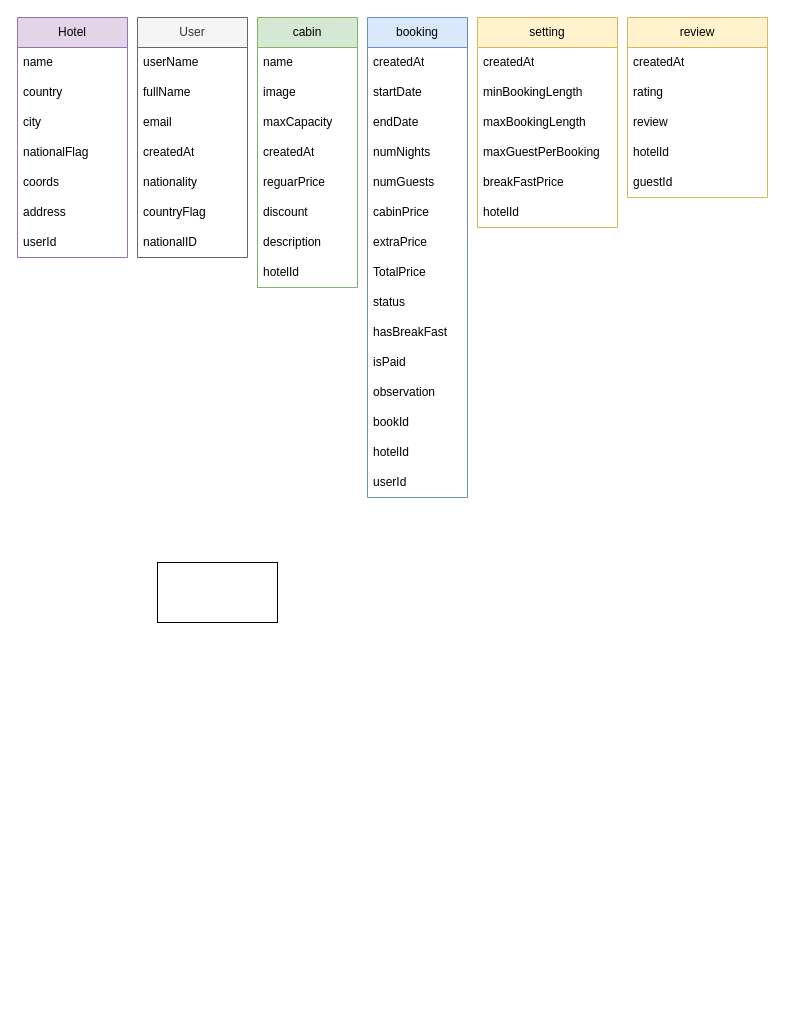
Above: database model/booking-back-end_model.drawio in natnaelAbebaw/Roomy-backend (draw.io), before the change. Source tidied: cells renumbered, new cells numbered last; positions are measured from the earlier drawing's top-left corner, leaving out a move shared by most shapes. Both pictures are drawn from the tidied source at 100%, with x=0, y=0 at pixel (17, 17).
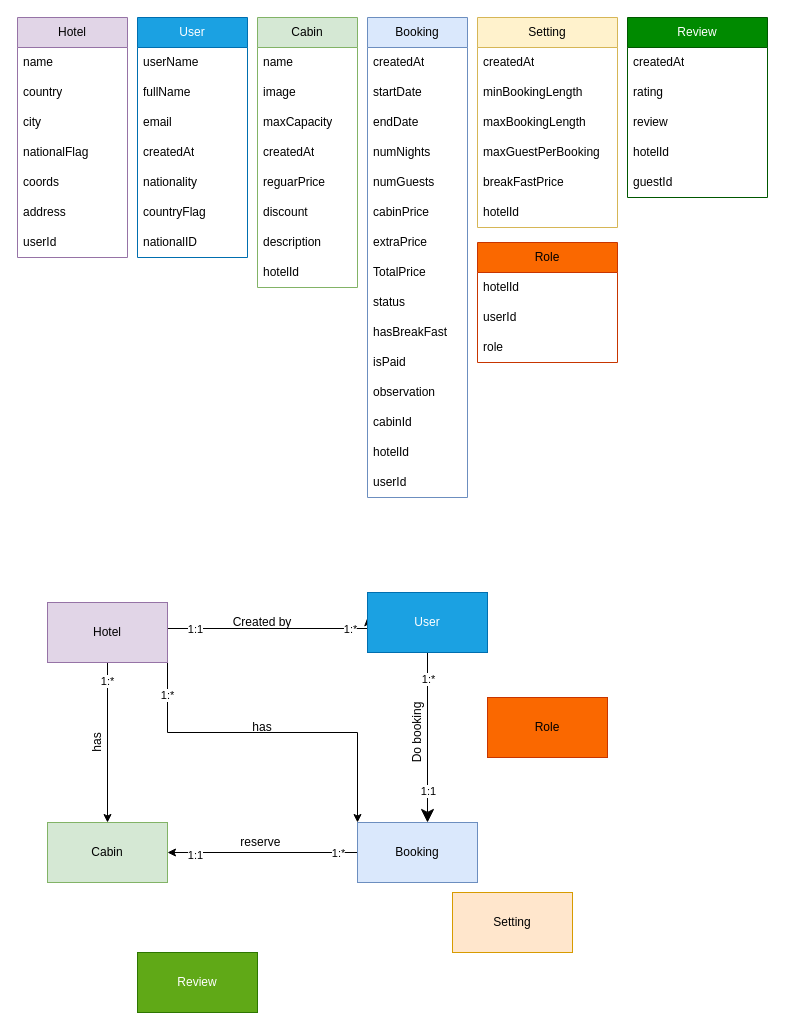
The same page after the edit.

What changed in the source:
```diff
@@
-    <mxCell id="10" value="User" style="swimlane;fontStyle=0;horizontal=1;startSize=30;whiteSpace=wrap;html=1;fillColor=#f5f5f5;fontColor=#333333;strokeColor=#666666;" parent="1" vertex="1">
+    <mxCell id="10" value="User" style="swimlane;fontStyle=0;horizontal=1;startSize=30;whiteSpace=wrap;html=1;fillColor=#1ba1e2;fontColor=#ffffff;strokeColor=#006EAF;" parent="1" vertex="1">
       <mxGeometry x="120" width="110" height="240" as="geometry" />
     </mxCell>
@@
-    <mxCell id="18" value="cabin" style="swimlane;fontStyle=0;horizontal=1;startSize=30;whiteSpace=wrap;html=1;fillColor=#d5e8d4;strokeColor=#82b366;" parent="1" vertex="1">
+    <mxCell id="18" value="Cabin" style="swimlane;fontStyle=0;horizontal=1;startSize=30;whiteSpace=wrap;html=1;fillColor=#d5e8d4;strokeColor=#82b366;" parent="1" vertex="1">
       <mxGeometry x="240" width="100" height="270" as="geometry" />
     </mxCell>
@@
-    <mxCell id="27" value="booking" style="swimlane;fontStyle=0;horizontal=1;startSize=30;whiteSpace=wrap;html=1;fillColor=#dae8fc;strokeColor=#6c8ebf;" parent="1" vertex="1">
+    <mxCell id="27" value="Booking" style="swimlane;fontStyle=0;horizontal=1;startSize=30;whiteSpace=wrap;html=1;fillColor=#dae8fc;strokeColor=#6c8ebf;" parent="1" vertex="1">
       <mxGeometry x="350" width="100" height="480" as="geometry" />
     </mxCell>
@@
-    <mxCell id="40" value="bookId" style="text;strokeColor=none;fillColor=none;align=left;verticalAlign=middle;spacingLeft=4;spacingRight=4;overflow=hidden;whiteSpace=wrap;html=1;" parent="27" vertex="1">
+    <mxCell id="40" value="cabinId" style="text;strokeColor=none;fillColor=none;align=left;verticalAlign=middle;spacingLeft=4;spacingRight=4;overflow=hidden;whiteSpace=wrap;html=1;" parent="27" vertex="1">
       <mxGeometry y="390" width="100" height="30" as="geometry" />
     </mxCell>
@@
-    <mxCell id="43" value="setting" style="swimlane;fontStyle=0;horizontal=1;startSize=30;whiteSpace=wrap;html=1;fillColor=#fff2cc;strokeColor=#d6b656;" parent="1" vertex="1">
+    <mxCell id="43" value="Setting" style="swimlane;fontStyle=0;horizontal=1;startSize=30;whiteSpace=wrap;html=1;fillColor=#fff2cc;strokeColor=#d6b656;" parent="1" vertex="1">
       <mxGeometry x="460" width="140" height="210" as="geometry" />
     </mxCell>
@@
-    <mxCell id="50" value="review" style="swimlane;fontStyle=0;horizontal=1;startSize=30;whiteSpace=wrap;html=1;fillColor=#fff2cc;strokeColor=#d6b656;" parent="1" vertex="1">
+    <mxCell id="50" value="Review" style="swimlane;fontStyle=0;horizontal=1;startSize=30;whiteSpace=wrap;html=1;fillColor=#008a00;strokeColor=#005700;fontColor=#ffffff;" parent="1" vertex="1">
       <mxGeometry x="610" width="140" height="180" as="geometry" />
     </mxCell>
@@
+    <mxCell id="57" style="edgeStyle=orthogonalEdgeStyle;rounded=0;orthogonalLoop=1;jettySize=auto;html=1;entryX=0;entryY=0.5;entryDx=0;entryDy=0;" parent="1" edge="1">
+      <mxGeometry relative="1" as="geometry">
+        <mxPoint x="150" y="610" as="sourcePoint" />
+        <mxPoint x="350" y="600" as="targetPoint" />
+        <Array as="points">
+          <mxPoint x="150" y="611" />
+          <mxPoint x="351" y="611" />
+        </Array>
+      </mxGeometry>
+    </mxCell>
+    <mxCell id="58" value="1:1" style="edgeLabel;html=1;align=center;verticalAlign=middle;" parent="57" vertex="1">
+      <mxGeometry x="-0.74" y="-2" relative="1" as="geometry">
+        <mxPoint y="-2" as="offset" />
+      </mxGeometry>
+    </mxCell>
+    <mxCell id="59" value="1:*" style="edgeLabel;html=1;align=center;verticalAlign=middle;" parent="57" vertex="1">
+      <mxGeometry x="0.72" y="-3" relative="1" as="geometry">
+        <mxPoint y="-3" as="offset" />
+      </mxGeometry>
+    </mxCell>
+    <mxCell id="60" style="edgeStyle=orthogonalEdgeStyle;rounded=0;jettySize=auto;html=1;entryX=0.5;entryY=0;entryDx=0;entryDy=0;" parent="1" edge="1" source="56" target="68">
+      <mxGeometry relative="1" as="geometry" />
+    </mxCell>
+    <mxCell id="61" value="1:*" style="edgeLabel;html=1;align=center;verticalAlign=middle;" parent="60" vertex="1">
+      <mxGeometry x="-0.78" y="-1" relative="1" as="geometry" />
+    </mxCell>
+    <mxCell id="62" style="edgeStyle=orthogonalEdgeStyle;rounded=0;jettySize=auto;html=1;entryX=0;entryY=0;entryDx=0;entryDy=0;" parent="1" edge="1" source="56" target="72">
+      <mxGeometry relative="1" as="geometry">
+        <Array as="points">
+          <mxPoint x="150" y="715" />
+          <mxPoint x="340" y="715" />
+        </Array>
+      </mxGeometry>
+    </mxCell>
+    <mxCell id="63" value="1:*" style="edgeLabel;html=1;align=center;verticalAlign=middle;" parent="62" vertex="1">
+      <mxGeometry x="-0.82" y="-1" relative="1" as="geometry" />
+    </mxCell>
-    <mxCell id="56" style="rounded=0;whiteSpace=wrap;html=1;" parent="1" vertex="1">
-      <mxGeometry x="140" y="545" width="120" height="60" as="geometry" />
+    <mxCell id="56" value="Hotel" style="rounded=0;whiteSpace=wrap;html=1;fillColor=#e1d5e7;strokeColor=#9673a6;" parent="1" vertex="1">
+      <mxGeometry x="30" y="585" width="120" height="60" as="geometry" />
     </mxCell>
+    <mxCell id="64" style="edgeStyle=orthogonalEdgeStyle;rounded=0;jettySize=auto;html=1;exitX=0.5;exitY=1;exitDx=0;exitDy=0;endSize=11;" parent="1" edge="1" source="67" target="72">
+      <mxGeometry relative="1" as="geometry">
+        <Array as="points">
+          <mxPoint x="410" y="815" />
+          <mxPoint x="410" y="815" />
+        </Array>
+      </mxGeometry>
+    </mxCell>
+    <mxCell id="65" value="1:*" style="edgeLabel;html=1;align=center;verticalAlign=middle;" parent="64" vertex="1">
+      <mxGeometry x="-0.81" relative="1" as="geometry">
+        <mxPoint y="10" as="offset" />
+      </mxGeometry>
+    </mxCell>
+    <mxCell id="66" value="1:1" style="edgeLabel;html=1;align=center;verticalAlign=middle;" parent="64" vertex="1">
+      <mxGeometry x="0.56" y="3" relative="1" as="geometry">
+        <mxPoint x="-3" y="5" as="offset" />
+      </mxGeometry>
+    </mxCell>
+    <mxCell id="67" value="User" style="rounded=0;whiteSpace=wrap;html=1;fillColor=#1ba1e2;strokeColor=#006EAF;fontColor=#ffffff;" parent="1" vertex="1">
+      <mxGeometry x="350" y="575" width="120" height="60" as="geometry" />
+    </mxCell>
+    <mxCell id="68" value="Cabin" style="rounded=0;whiteSpace=wrap;html=1;fillColor=#d5e8d4;strokeColor=#82b366;" parent="1" vertex="1">
+      <mxGeometry x="30" y="805" width="120" height="60" as="geometry" />
+    </mxCell>
+    <mxCell id="69" style="edgeStyle=orthogonalEdgeStyle;rounded=0;jettySize=auto;html=1;entryX=1;entryY=0.5;entryDx=0;entryDy=0;" parent="1" edge="1" source="72" target="68">
+      <mxGeometry relative="1" as="geometry" />
+    </mxCell>
+    <mxCell id="70" value="1:*" style="edgeLabel;html=1;align=center;verticalAlign=middle;" parent="69" vertex="1">
+      <mxGeometry x="-0.79" relative="1" as="geometry" />
+    </mxCell>
+    <mxCell id="71" value="1:1" style="edgeLabel;html=1;align=center;verticalAlign=middle;" parent="69" vertex="1">
+      <mxGeometry x="0.72" y="2" relative="1" as="geometry" />
+    </mxCell>
+    <mxCell id="72" value="Booking" style="rounded=0;whiteSpace=wrap;html=1;fillColor=#dae8fc;strokeColor=#6c8ebf;" parent="1" vertex="1">
+      <mxGeometry x="340" y="805" width="120" height="60" as="geometry" />
+    </mxCell>
+    <mxCell id="73" value="Setting" style="rounded=0;whiteSpace=wrap;html=1;fillColor=#ffe6cc;strokeColor=#d79b00;" parent="1" vertex="1">
+      <mxGeometry x="435" y="875" width="120" height="60" as="geometry" />
+    </mxCell>
+    <mxCell id="74" value="Review" style="rounded=0;whiteSpace=wrap;html=1;fillColor=#60a917;strokeColor=#2D7600;fontColor=#ffffff;" parent="1" vertex="1">
+      <mxGeometry x="120" y="935" width="120" height="60" as="geometry" />
+    </mxCell>
+    <mxCell id="75" value="Created by" style="text;html=1;strokeColor=none;fillColor=none;align=center;verticalAlign=middle;whiteSpace=wrap;rounded=0;rotation=0;" parent="1" vertex="1">
+      <mxGeometry x="210" y="595" width="70" height="20" as="geometry" />
+    </mxCell>
+    <mxCell id="76" value="Do booking" style="text;html=1;strokeColor=none;fillColor=none;align=center;verticalAlign=middle;whiteSpace=wrap;rounded=0;rotation=-90;" parent="1" vertex="1">
+      <mxGeometry x="365" y="705" width="70" height="20" as="geometry" />
+    </mxCell>
+    <mxCell id="77" value="reserve&amp;nbsp;" style="text;html=1;strokeColor=none;fillColor=none;align=center;verticalAlign=middle;whiteSpace=wrap;rounded=0;rotation=0;" parent="1" vertex="1">
+      <mxGeometry x="210" y="815" width="70" height="20" as="geometry" />
+    </mxCell>
+    <mxCell id="78" value="has" style="text;html=1;strokeColor=none;fillColor=none;align=center;verticalAlign=middle;whiteSpace=wrap;rounded=0;rotation=-90;" parent="1" vertex="1">
+      <mxGeometry x="45" y="720" width="70" height="10" as="geometry" />
+    </mxCell>
+    <mxCell id="79" value="has" style="text;html=1;strokeColor=none;fillColor=none;align=center;verticalAlign=middle;whiteSpace=wrap;rounded=0;rotation=0;" parent="1" vertex="1">
+      <mxGeometry x="210" y="705" width="70" height="10" as="geometry" />
+    </mxCell>
+    <mxCell id="80" value="Role" style="swimlane;fontStyle=0;horizontal=1;startSize=30;whiteSpace=wrap;html=1;fillColor=#fa6800;strokeColor=#C73500;fontColor=#000000;" parent="1" vertex="1">
+      <mxGeometry x="460" y="225" width="140" height="120" as="geometry" />
+    </mxCell>
+    <mxCell id="81" value="hotelId" style="text;strokeColor=none;fillColor=none;align=left;verticalAlign=middle;spacingLeft=4;spacingRight=4;overflow=hidden;whiteSpace=wrap;html=1;" parent="80" vertex="1">
+      <mxGeometry y="30" width="140" height="30" as="geometry" />
+    </mxCell>
+    <mxCell id="82" value="userId" style="text;strokeColor=none;fillColor=none;align=left;verticalAlign=middle;spacingLeft=4;spacingRight=4;overflow=hidden;whiteSpace=wrap;html=1;" parent="80" vertex="1">
+      <mxGeometry y="60" width="140" height="30" as="geometry" />
+    </mxCell>
+    <mxCell id="83" value="role" style="text;strokeColor=none;fillColor=none;align=left;verticalAlign=middle;spacingLeft=4;spacingRight=4;overflow=hidden;whiteSpace=wrap;html=1;" parent="80" vertex="1">
+      <mxGeometry y="90" width="140" height="30" as="geometry" />
+    </mxCell>
+    <mxCell id="84" value="Role" style="rounded=0;whiteSpace=wrap;html=1;fillColor=#fa6800;strokeColor=#C73500;fontColor=#000000;" parent="1" vertex="1">
+      <mxGeometry x="470" y="680" width="120" height="60" as="geometry" />
+    </mxCell>
```
